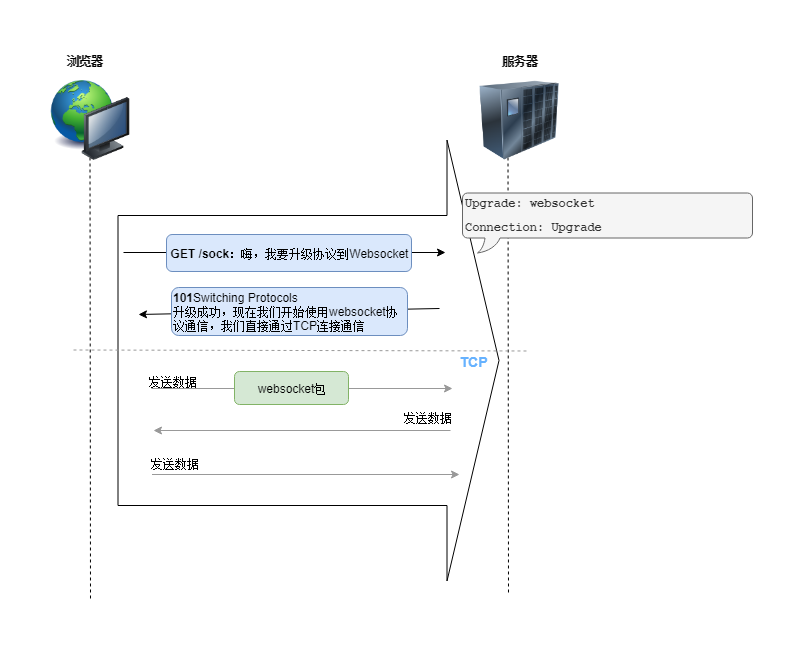
Earlier version of the draw.io export source/images/sockjs/websocket.png (ivan-94/bobi.ink). Source tidied: cells renumbered, new cells last; positions are measured from the earlier drawing's top-left corner, leaving out a move shared by most shapes. The source it was exported from:
```xml
<mxGraphModel>
  <root>
    <mxCell id="0" />
    <mxCell id="1" parent="0" />
    <mxCell id="2" style="endArrow=none;dashed=1;html=1;" parent="1" edge="1">
      <mxGeometry relative="1" as="geometry">
        <mxPoint x="457.5" y="95" as="sourcePoint" />
        <mxPoint x="458" y="544" as="targetPoint" />
      </mxGeometry>
    </mxCell>
    <mxCell id="3" style="endArrow=none;dashed=1;html=1;" parent="1" edge="1">
      <mxGeometry relative="1" as="geometry">
        <mxPoint x="39.5" y="101" as="sourcePoint" />
        <mxPoint x="40" y="550" as="targetPoint" />
      </mxGeometry>
    </mxCell>
    <mxCell id="4" style="image;html=1;labelBackgroundColor=#ffffff;image=img/lib/clip_art/networking/UPS_128x128.png;" parent="1" vertex="1">
      <mxGeometry x="429" y="30" width="80" height="80" as="geometry" />
    </mxCell>
    <mxCell id="5" style="image;html=1;labelBackgroundColor=#ffffff;image=img/lib/clip_art/computers/Network_128x128.png;" parent="1" vertex="1">
      <mxGeometry y="30" width="80" height="80" as="geometry" />
    </mxCell>
    <mxCell id="6" value="浏览器" style="text;html=1;strokeColor=none;fillColor=none;align=center;verticalAlign=middle;whiteSpace=wrap;rounded=0;fontStyle=1;" parent="1" vertex="1">
      <mxGeometry x="14" width="40" height="20" as="geometry" />
    </mxCell>
    <mxCell id="7" value="服务器" style="text;html=1;strokeColor=none;fillColor=none;align=center;verticalAlign=middle;whiteSpace=wrap;rounded=0;fontStyle=1;" parent="1" vertex="1">
      <mxGeometry x="449" width="40" height="20" as="geometry" />
    </mxCell>
    <mxCell id="8" style="shape=flexArrow;endArrow=classic;html=1;endWidth=150;endSize=17;width=290;" parent="1" edge="1">
      <mxGeometry relative="1" as="geometry">
        <mxPoint x="67" y="310" as="sourcePoint" />
        <mxPoint x="449" y="310" as="targetPoint" />
      </mxGeometry>
    </mxCell>
    <mxCell id="9" style="endArrow=classic;html=1;" parent="1" edge="1">
      <mxGeometry relative="1" as="geometry">
        <mxPoint x="73" y="202" as="sourcePoint" />
        <mxPoint x="395" y="202" as="targetPoint" />
      </mxGeometry>
    </mxCell>
    <mxCell id="10" value="&lt;b&gt;GET /sock&lt;/b&gt;：嗨，我要升级协议到Websocket" style="rounded=1;whiteSpace=wrap;html=1;fillColor=#dae8fc;strokeColor=#6c8ebf;" parent="1" vertex="1">
      <mxGeometry x="116" y="184" width="245" height="37" as="geometry" />
    </mxCell>
    <mxCell id="11" style="endArrow=classic;html=1;" parent="1" edge="1">
      <mxGeometry relative="1" as="geometry">
        <mxPoint x="389" y="258" as="sourcePoint" />
        <mxPoint x="88" y="264" as="targetPoint" />
      </mxGeometry>
    </mxCell>
    <mxCell id="12" value="&lt;div style=&quot;text-align: left&quot;&gt;&lt;b&gt;101&lt;/b&gt;&lt;span&gt;Switching Protocols&lt;/span&gt;&lt;/div&gt;&lt;div style=&quot;text-align: left&quot;&gt;&lt;span&gt;升级成功，&lt;/span&gt;&lt;span&gt;现在我们开始使用websocket协议通信，我们直接通过TCP连接通信&lt;/span&gt;&lt;/div&gt;" style="rounded=1;whiteSpace=wrap;html=1;fillColor=#dae8fc;strokeColor=#6c8ebf;" parent="1" vertex="1">
      <mxGeometry x="121" y="237" width="236" height="48" as="geometry" />
    </mxCell>
    <mxCell id="13" value="&lt;font style=&quot;font-size: 14px&quot; color=&quot;#66b2ff&quot;&gt;&lt;b&gt;TCP&lt;/b&gt;&lt;/font&gt;" style="text;html=1;strokeColor=none;fillColor=none;align=center;verticalAlign=middle;whiteSpace=wrap;rounded=0;" parent="1" vertex="1">
      <mxGeometry x="403" y="300.5" width="40" height="20" as="geometry" />
    </mxCell>
    <mxCell id="14" style="endArrow=none;dashed=1;html=1;strokeColor=#999999;" parent="1" edge="1">
      <mxGeometry relative="1" as="geometry">
        <mxPoint x="23" y="299.5" as="sourcePoint" />
        <mxPoint x="479" y="300.5" as="targetPoint" />
      </mxGeometry>
    </mxCell>
    <mxCell id="15" style="endArrow=classic;html=1;strokeColor=#999999;" parent="1" edge="1">
      <mxGeometry relative="1" as="geometry">
        <mxPoint x="101" y="338" as="sourcePoint" />
        <mxPoint x="402" y="338" as="targetPoint" />
      </mxGeometry>
    </mxCell>
    <mxCell id="16" style="endArrow=classic;html=1;strokeColor=#999999;" parent="1" edge="1">
      <mxGeometry relative="1" as="geometry">
        <mxPoint x="101.5" y="424" as="sourcePoint" />
        <mxPoint x="409" y="424" as="targetPoint" />
      </mxGeometry>
    </mxCell>
    <mxCell id="17" style="endArrow=classic;html=1;strokeColor=#999999;" parent="1" edge="1">
      <mxGeometry relative="1" as="geometry">
        <mxPoint x="400" y="380" as="sourcePoint" />
        <mxPoint x="103" y="380" as="targetPoint" />
      </mxGeometry>
    </mxCell>
    <mxCell id="18" value="发送数据" style="text;html=1;strokeColor=none;fillColor=none;align=center;verticalAlign=middle;whiteSpace=wrap;rounded=0;" parent="1" vertex="1">
      <mxGeometry x="95" y="321" width="54" height="20" as="geometry" />
    </mxCell>
    <mxCell id="19" value="发送数据" style="text;html=1;strokeColor=none;fillColor=none;align=center;verticalAlign=middle;whiteSpace=wrap;rounded=0;" parent="1" vertex="1">
      <mxGeometry x="97" y="403" width="54" height="20" as="geometry" />
    </mxCell>
    <mxCell id="20" value="发送数据" style="text;html=1;strokeColor=none;fillColor=none;align=center;verticalAlign=middle;whiteSpace=wrap;rounded=0;" parent="1" vertex="1">
      <mxGeometry x="350" y="357" width="54" height="20" as="geometry" />
    </mxCell>
    <mxCell id="21" value="websocket包" style="rounded=1;whiteSpace=wrap;html=1;fillColor=#d5e8d4;strokeColor=#82b366;" parent="1" vertex="1">
      <mxGeometry x="184" y="321" width="114" height="33" as="geometry" />
    </mxCell>
    <mxCell id="22" value="&lt;p style=&quot;line-height: 100%&quot;&gt;&lt;/p&gt;&lt;pre style=&quot;line-height: 100%&quot;&gt;&lt;pre&gt;&lt;b&gt;Upgrade: websocket&lt;/b&gt;&lt;/pre&gt;&lt;pre&gt;&lt;b&gt;Connection: Upgrade&lt;/b&gt;&lt;/pre&gt;&lt;/pre&gt;&lt;p&gt;&lt;/p&gt;" style="whiteSpace=wrap;html=1;shape=mxgraph.basic.roundRectCallout;dx=30;dy=15;size=5;boundedLbl=1;fillColor=#f5f5f5;strokeColor=#666666;fontColor=#333333;align=left;" parent="1" vertex="1">
      <mxGeometry x="412" y="142.5" width="290" height="60" as="geometry" />
    </mxCell>
  </root>
</mxGraphModel>
```
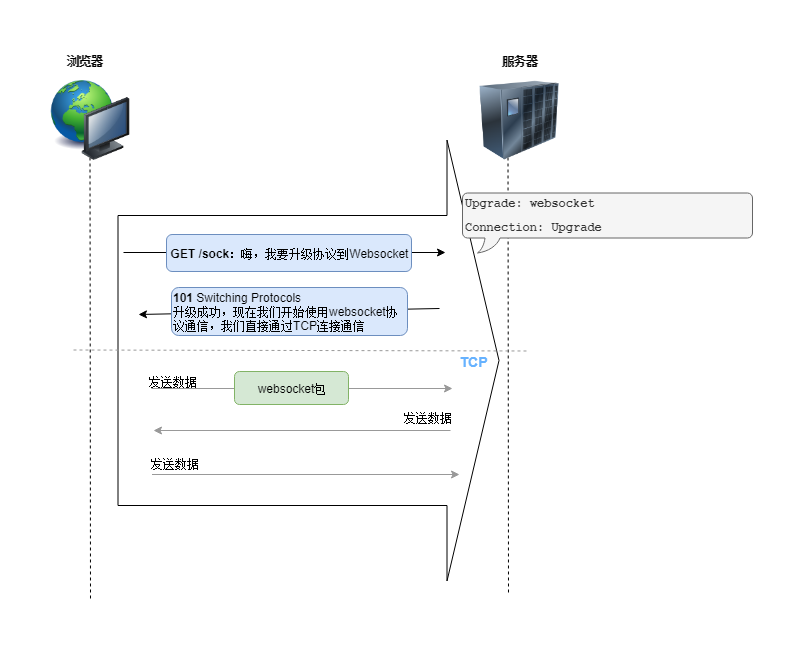
The same diagram one commit later.

What changed in the source:
```diff
@@ -47,7 +47,7 @@
         <mxPoint x="88" y="264" as="targetPoint" />
       </mxGeometry>
     </mxCell>
-    <mxCell id="12" value="&lt;div style=&quot;text-align: left&quot;&gt;&lt;b&gt;101&lt;/b&gt;&lt;span&gt;Switching Protocols&lt;/span&gt;&lt;/div&gt;&lt;div style=&quot;text-align: left&quot;&gt;&lt;span&gt;升级成功，&lt;/span&gt;&lt;span&gt;现在我们开始使用websocket协议通信，我们直接通过TCP连接通信&lt;/span&gt;&lt;/div&gt;" style="rounded=1;whiteSpace=wrap;html=1;fillColor=#dae8fc;strokeColor=#6c8ebf;" parent="1" vertex="1">
+    <mxCell id="12" value="&lt;div style=&quot;text-align: left&quot;&gt;&lt;b&gt;101&amp;nbsp;&lt;/b&gt;&lt;span&gt;Switching Protocols&lt;/span&gt;&lt;/div&gt;&lt;div style=&quot;text-align: left&quot;&gt;&lt;span&gt;升级成功，&lt;/span&gt;&lt;span&gt;现在我们开始使用websocket协议通信，我们直接通过TCP连接通信&lt;/span&gt;&lt;/div&gt;" style="rounded=1;whiteSpace=wrap;html=1;fillColor=#dae8fc;strokeColor=#6c8ebf;" parent="1" vertex="1">
       <mxGeometry x="121" y="237" width="236" height="48" as="geometry" />
     </mxCell>
     <mxCell id="13" value="&lt;font style=&quot;font-size: 14px&quot; color=&quot;#66b2ff&quot;&gt;&lt;b&gt;TCP&lt;/b&gt;&lt;/font&gt;" style="text;html=1;strokeColor=none;fillColor=none;align=center;verticalAlign=middle;whiteSpace=wrap;rounded=0;" parent="1" vertex="1">
```
